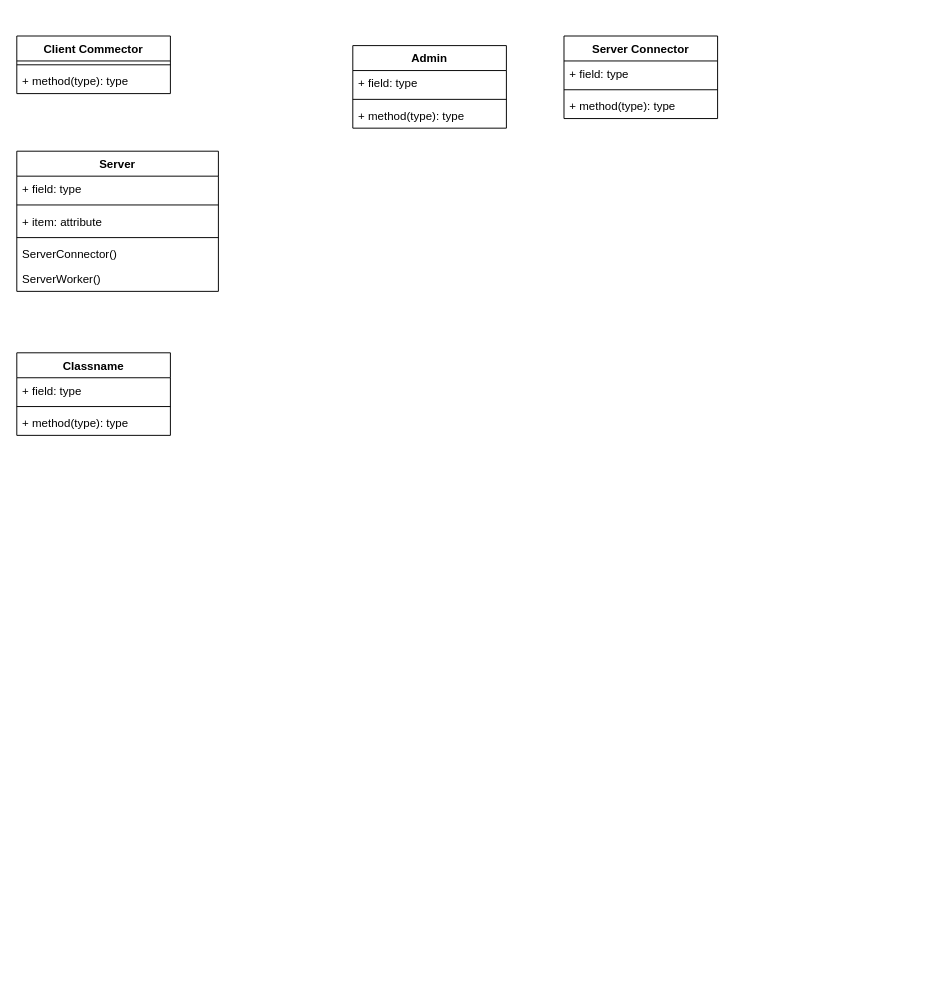
aniket32/Chat-Server-Client-Application keeps this draw.io diagram as Untitled Diagram.drawio. Above is the earlier version. Source tidied: cells renumbered, new cells numbered last; positions are measured from the earlier drawing's top-left corner, leaving out a move shared by most shapes. Both pictures are drawn from the tidied source at 96%, with x=0, y=0 at pixel (16, 36).
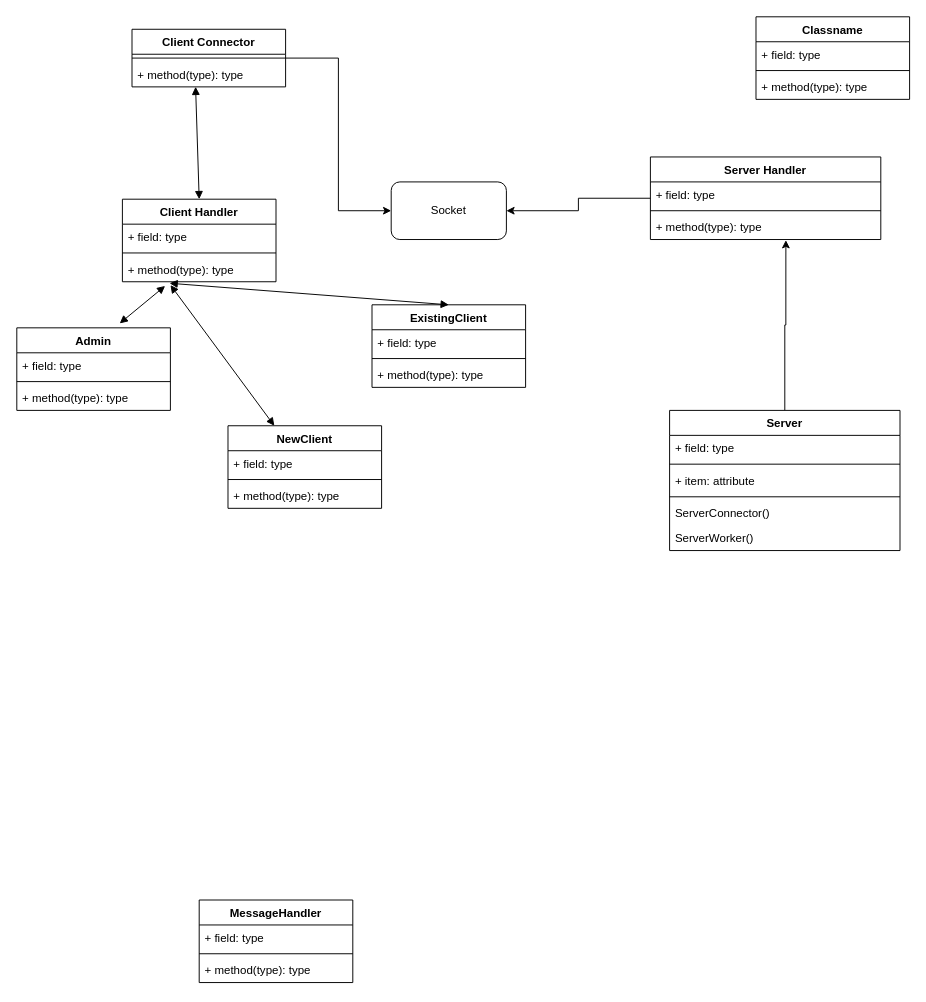
The same page after the edit.

The change refers to these unchanged cells:
```xml
<mxCell id="11" value="+ method(type): type" style="text;strokeColor=none;fillColor=none;align=left;verticalAlign=top;spacingLeft=4;spacingRight=4;overflow=hidden;points=[[0,0.5],[1,0.5]];portConstraint=eastwest;" parent="9" vertex="1">
  <mxGeometry y="34" width="160" height="26" as="geometry" />
</mxCell>
```

The edit, as a diff of the source:
```diff
@@
+    <mxCell id="24" style="edgeStyle=orthogonalEdgeStyle;rounded=0;jettySize=auto;html=1;exitX=0.5;exitY=0;exitDx=0;exitDy=0;entryX=0.588;entryY=1.027;entryDx=0;entryDy=0;entryPerimeter=0;" parent="1" edge="1" source="2" target="19">
+      <mxGeometry relative="1" as="geometry" />
+    </mxCell>
     <mxCell id="2" value="Server" style="swimlane;fontStyle=1;align=center;verticalAlign=top;horizontal=1;startSize=26;" parent="1" vertex="1">
-      <mxGeometry y="120" width="210" height="146" as="geometry" />
+      <mxGeometry x="680" y="390" width="240" height="146" as="geometry" />
     </mxCell>
     <mxCell id="3" value="+ field: type" style="text;strokeColor=none;fillColor=none;align=left;verticalAlign=top;spacingLeft=4;spacingRight=4;overflow=hidden;" parent="2" vertex="1">
-      <mxGeometry y="26" width="210" height="26" as="geometry" />
+      <mxGeometry y="26" width="240" height="26" as="geometry" />
     </mxCell>
     <mxCell id="4" style="line;strokeWidth=1;fillColor=none;align=left;verticalAlign=middle;spacingTop=-1;spacingLeft=3;spacingRight=3;labelPosition=right;" parent="2" vertex="1">
-      <mxGeometry y="52" width="210" height="8" as="geometry" />
+      <mxGeometry y="52" width="240" height="8" as="geometry" />
     </mxCell>
     <mxCell id="5" value="+ item: attribute" style="text;strokeColor=none;fillColor=none;align=left;verticalAlign=top;spacingLeft=4;spacingRight=4;overflow=hidden;" parent="2" vertex="1">
-      <mxGeometry y="60" width="210" height="26" as="geometry" />
+      <mxGeometry y="60" width="240" height="26" as="geometry" />
     </mxCell>
     <mxCell id="6" style="line;strokeWidth=1;fillColor=none;align=left;verticalAlign=middle;spacingTop=-1;spacingLeft=3;spacingRight=3;labelPosition=right;" parent="2" vertex="1">
-      <mxGeometry y="86" width="210" height="8" as="geometry" />
+      <mxGeometry y="86" width="240" height="8" as="geometry" />
     </mxCell>
     <mxCell id="7" value="ServerConnector()" style="text;strokeColor=none;fillColor=none;align=left;verticalAlign=top;spacingLeft=4;spacingRight=4;overflow=hidden;" parent="2" vertex="1">
-      <mxGeometry y="94" width="210" height="26" as="geometry" />
+      <mxGeometry y="94" width="240" height="26" as="geometry" />
     </mxCell>
     <mxCell id="8" value="ServerWorker()&#10;&#10;" style="text;strokeColor=none;fillColor=none;align=left;verticalAlign=top;spacingLeft=4;spacingRight=4;overflow=hidden;" parent="2" vertex="1">
-      <mxGeometry y="120" width="210" height="26" as="geometry" />
+      <mxGeometry y="120" width="240" height="26" as="geometry" />
     </mxCell>
+    <mxCell id="25" style="edgeStyle=orthogonalEdgeStyle;rounded=0;jettySize=auto;html=1;exitX=1;exitY=0.5;exitDx=0;exitDy=0;entryX=0;entryY=0.5;entryDx=0;entryDy=0;" parent="1" edge="1" source="9" target="46">
+      <mxGeometry relative="1" as="geometry" />
+    </mxCell>
-    <mxCell id="9" value="Client Commector" style="swimlane;fontStyle=1;align=center;verticalAlign=top;horizontal=1;startSize=26;" parent="1" vertex="1">
-      <mxGeometry width="160" height="60" as="geometry" />
+    <mxCell id="9" value="Client Connector" style="swimlane;fontStyle=1;align=center;verticalAlign=top;horizontal=1;startSize=26;" parent="1" vertex="1">
+      <mxGeometry x="120" y="-7" width="160" height="60" as="geometry" />
     </mxCell>
@@
     <mxCell id="12" value="Admin" style="swimlane;fontStyle=1;align=center;verticalAlign=top;horizontal=1;startSize=26;" parent="1" vertex="1">
-      <mxGeometry x="350" y="10" width="160" height="86" as="geometry" />
+      <mxGeometry y="304" width="160" height="86" as="geometry" />
     </mxCell>
@@
+    <mxCell id="26" style="edgeStyle=orthogonalEdgeStyle;rounded=0;jettySize=auto;html=1;exitX=0;exitY=0.5;exitDx=0;exitDy=0;entryX=1;entryY=0.5;entryDx=0;entryDy=0;" parent="1" edge="1" source="16" target="46">
+      <mxGeometry relative="1" as="geometry" />
+    </mxCell>
-    <mxCell id="16" value="Server Connector" style="swimlane;fontStyle=1;align=center;verticalAlign=top;horizontal=1;startSize=26;" parent="1" vertex="1">
-      <mxGeometry x="570" width="160" height="86" as="geometry" />
+    <mxCell id="16" value="Server Handler" style="swimlane;fontStyle=1;align=center;verticalAlign=top;horizontal=1;startSize=26;" parent="1" vertex="1">
+      <mxGeometry x="660" y="126" width="240" height="86" as="geometry" />
     </mxCell>
     <mxCell id="17" value="+ field: type" style="text;strokeColor=none;fillColor=none;align=left;verticalAlign=top;spacingLeft=4;spacingRight=4;overflow=hidden;" parent="16" vertex="1">
-      <mxGeometry y="26" width="160" height="26" as="geometry" />
+      <mxGeometry y="26" width="240" height="26" as="geometry" />
     </mxCell>
     <mxCell id="18" style="line;strokeWidth=1;fillColor=none;align=left;verticalAlign=middle;spacingTop=-1;spacingLeft=3;spacingRight=3;labelPosition=right;" parent="16" vertex="1">
-      <mxGeometry y="52" width="160" height="8" as="geometry" />
+      <mxGeometry y="52" width="240" height="8" as="geometry" />
     </mxCell>
     <mxCell id="19" value="+ method(type): type" style="text;strokeColor=none;fillColor=none;align=left;verticalAlign=top;spacingLeft=4;spacingRight=4;overflow=hidden;points=[[0,0.5],[1,0.5]];portConstraint=eastwest;" parent="16" vertex="1">
-      <mxGeometry y="60" width="160" height="26" as="geometry" />
+      <mxGeometry y="60" width="240" height="26" as="geometry" />
     </mxCell>
+    <mxCell id="27" value="Client Handler" style="swimlane;fontStyle=1;align=center;verticalAlign=top;horizontal=1;startSize=26;" parent="1" vertex="1">
+      <mxGeometry x="110" y="170" width="160" height="86" as="geometry" />
+    </mxCell>
+    <mxCell id="28" value="+ field: type" style="text;strokeColor=none;fillColor=none;align=left;verticalAlign=top;spacingLeft=4;spacingRight=4;overflow=hidden;" parent="27" vertex="1">
+      <mxGeometry y="26" width="160" height="26" as="geometry" />
+    </mxCell>
+    <mxCell id="29" style="line;strokeWidth=1;fillColor=none;align=left;verticalAlign=middle;spacingTop=-1;spacingLeft=3;spacingRight=3;labelPosition=right;" parent="27" vertex="1">
+      <mxGeometry y="52" width="160" height="8" as="geometry" />
+    </mxCell>
+    <mxCell id="30" value="+ method(type): type" style="text;strokeColor=none;fillColor=none;align=left;verticalAlign=top;spacingLeft=4;spacingRight=4;overflow=hidden;points=[[0,0.5],[1,0.5]];portConstraint=eastwest;" parent="27" vertex="1">
+      <mxGeometry y="60" width="160" height="26" as="geometry" />
+    </mxCell>
+    <mxCell id="31" value="NewClient" style="swimlane;fontStyle=1;align=center;verticalAlign=top;horizontal=1;startSize=26;" parent="1" vertex="1">
+      <mxGeometry x="220" y="406" width="160" height="86" as="geometry" />
+    </mxCell>
+    <mxCell id="32" value="+ field: type" style="text;strokeColor=none;fillColor=none;align=left;verticalAlign=top;spacingLeft=4;spacingRight=4;overflow=hidden;" parent="31" vertex="1">
+      <mxGeometry y="26" width="160" height="26" as="geometry" />
+    </mxCell>
+    <mxCell id="33" style="line;strokeWidth=1;fillColor=none;align=left;verticalAlign=middle;spacingTop=-1;spacingLeft=3;spacingRight=3;labelPosition=right;" parent="31" vertex="1">
+      <mxGeometry y="52" width="160" height="8" as="geometry" />
+    </mxCell>
+    <mxCell id="34" value="+ method(type): type" style="text;strokeColor=none;fillColor=none;align=left;verticalAlign=top;spacingLeft=4;spacingRight=4;overflow=hidden;" parent="31" vertex="1">
+      <mxGeometry y="60" width="160" height="26" as="geometry" />
+    </mxCell>
+    <mxCell id="35" value="ExistingClient" style="swimlane;fontStyle=1;align=center;verticalAlign=top;horizontal=1;startSize=26;" parent="1" vertex="1">
+      <mxGeometry x="370" y="280" width="160" height="86" as="geometry" />
+    </mxCell>
+    <mxCell id="36" value="+ field: type" style="text;strokeColor=none;fillColor=none;align=left;verticalAlign=top;spacingLeft=4;spacingRight=4;overflow=hidden;" parent="35" vertex="1">
+      <mxGeometry y="26" width="160" height="26" as="geometry" />
+    </mxCell>
+    <mxCell id="37" style="line;strokeWidth=1;fillColor=none;align=left;verticalAlign=middle;spacingTop=-1;spacingLeft=3;spacingRight=3;labelPosition=right;" parent="35" vertex="1">
+      <mxGeometry y="52" width="160" height="8" as="geometry" />
+    </mxCell>
+    <mxCell id="38" value="+ method(type): type" style="text;strokeColor=none;fillColor=none;align=left;verticalAlign=top;spacingLeft=4;spacingRight=4;overflow=hidden;" parent="35" vertex="1">
+      <mxGeometry y="60" width="160" height="26" as="geometry" />
+    </mxCell>
+    <mxCell id="39" value="MessageHandler&#10;" style="swimlane;fontStyle=1;align=center;verticalAlign=top;horizontal=1;startSize=26;" parent="1" vertex="1">
+      <mxGeometry x="190" y="900" width="160" height="86" as="geometry" />
+    </mxCell>
+    <mxCell id="40" value="+ field: type" style="text;strokeColor=none;fillColor=none;align=left;verticalAlign=top;spacingLeft=4;spacingRight=4;overflow=hidden;" parent="39" vertex="1">
+      <mxGeometry y="26" width="160" height="26" as="geometry" />
+    </mxCell>
+    <mxCell id="41" style="line;strokeWidth=1;fillColor=none;align=left;verticalAlign=middle;spacingTop=-1;spacingLeft=3;spacingRight=3;labelPosition=right;" parent="39" vertex="1">
+      <mxGeometry y="52" width="160" height="8" as="geometry" />
+    </mxCell>
+    <mxCell id="42" value="+ method(type): type" style="text;strokeColor=none;fillColor=none;align=left;verticalAlign=top;spacingLeft=4;spacingRight=4;overflow=hidden;" parent="39" vertex="1">
+      <mxGeometry y="60" width="160" height="26" as="geometry" />
+    </mxCell>
     <mxCell id="20" value="Classname" style="swimlane;fontStyle=1;align=center;verticalAlign=top;horizontal=1;startSize=26;" parent="1" vertex="1">
-      <mxGeometry y="330" width="160" height="86" as="geometry" />
+      <mxGeometry x="770" y="-20" width="160" height="86" as="geometry" />
     </mxCell>
-    <mxCell id="21" value="+ field: type" style="text;strokeColor=none;fillColor=none;align=left;verticalAlign=top;spacingLeft=4;spacingRight=4;overflow=hidden;" parent="20" vertex="1">
-      <mxGeometry y="26" width="160" height="26" as="geometry" />
-    </mxCell>
-    <mxCell id="22" style="line;strokeWidth=1;fillColor=none;align=left;verticalAlign=middle;spacingTop=-1;spacingLeft=3;spacingRight=3;labelPosition=right;" parent="20" vertex="1">
-      <mxGeometry y="52" width="160" height="8" as="geometry" />
-    </mxCell>
-    <mxCell id="23" value="+ method(type): type" style="text;strokeColor=none;fillColor=none;align=left;verticalAlign=top;spacingLeft=4;spacingRight=4;overflow=hidden;" parent="20" vertex="1">
-      <mxGeometry y="60" width="160" height="26" as="geometry" />
-    </mxCell>
+    <mxCell id="43" value="+ field: type" style="text;strokeColor=none;fillColor=none;align=left;verticalAlign=top;spacingLeft=4;spacingRight=4;overflow=hidden;" parent="20" vertex="1">
+      <mxGeometry y="26" width="160" height="26" as="geometry" />
+    </mxCell>
+    <mxCell id="44" style="line;strokeWidth=1;fillColor=none;align=left;verticalAlign=middle;spacingTop=-1;spacingLeft=3;spacingRight=3;labelPosition=right;" parent="20" vertex="1">
+      <mxGeometry y="52" width="160" height="8" as="geometry" />
+    </mxCell>
+    <mxCell id="45" value="+ method(type): type" style="text;strokeColor=none;fillColor=none;align=left;verticalAlign=top;spacingLeft=4;spacingRight=4;overflow=hidden;" parent="20" vertex="1">
+      <mxGeometry y="60" width="160" height="26" as="geometry" />
+    </mxCell>
+    <mxCell id="46" value="Socket" style="rounded=1;whiteSpace=wrap;html=1;" parent="1" vertex="1">
+      <mxGeometry x="390" y="152" width="120" height="60" as="geometry" />
+    </mxCell>
+    <mxCell id="47" style="endArrow=block;startArrow=block;endFill=1;startFill=1;html=1;entryX=0.5;entryY=0;entryDx=0;entryDy=0;exitX=0.414;exitY=0.996;exitDx=0;exitDy=0;exitPerimeter=0;" parent="1" edge="1" source="11" target="27">
+      <mxGeometry relative="1" as="geometry" />
+    </mxCell>
+    <mxCell id="48" style="endArrow=block;startArrow=block;endFill=1;startFill=1;html=1;exitX=0.313;exitY=1.132;exitDx=0;exitDy=0;exitPerimeter=0;" parent="1" edge="1" source="30" target="31">
+      <mxGeometry relative="1" as="geometry" />
+    </mxCell>
+    <mxCell id="49" style="endArrow=block;startArrow=block;endFill=1;startFill=1;html=1;exitX=0.307;exitY=1.06;exitDx=0;exitDy=0;exitPerimeter=0;entryX=0.5;entryY=0;entryDx=0;entryDy=0;" parent="1" edge="1" source="30" target="35">
+      <mxGeometry relative="1" as="geometry" />
+    </mxCell>
+    <mxCell id="50" style="endArrow=block;startArrow=block;endFill=1;startFill=1;html=1;exitX=0.278;exitY=1.168;exitDx=0;exitDy=0;exitPerimeter=0;entryX=0.67;entryY=-0.054;entryDx=0;entryDy=0;entryPerimeter=0;" parent="1" edge="1" source="30" target="12">
+      <mxGeometry relative="1" as="geometry" />
+    </mxCell>
```
